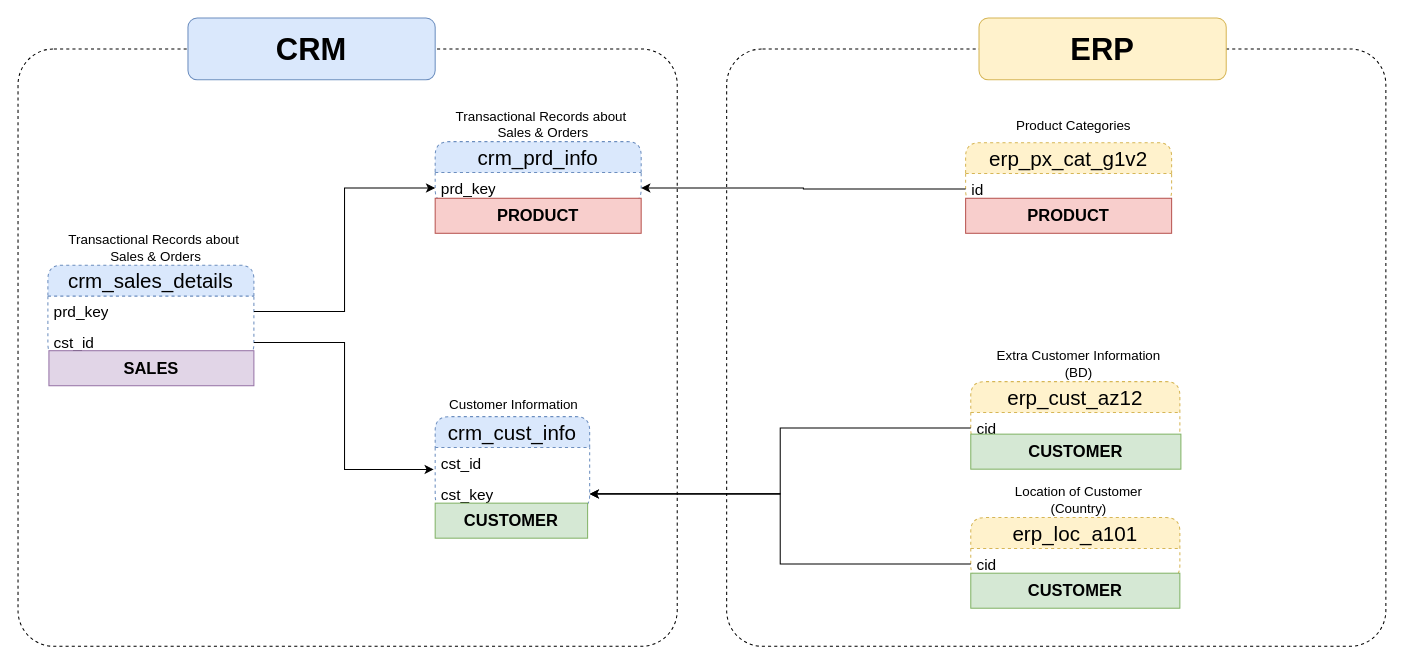
Earlier version of the draw.io diagram docs/Data Integration.drawio (abdulmossawer/sql_data_warehouse_project). Source tidied: cells renumbered, new cells numbered last; positions are measured from the earlier drawing's top-left corner, leaving out a move shared by most shapes. Both pictures are drawn from the tidied source at 103%, with x=0, y=0 at pixel (18, 18).
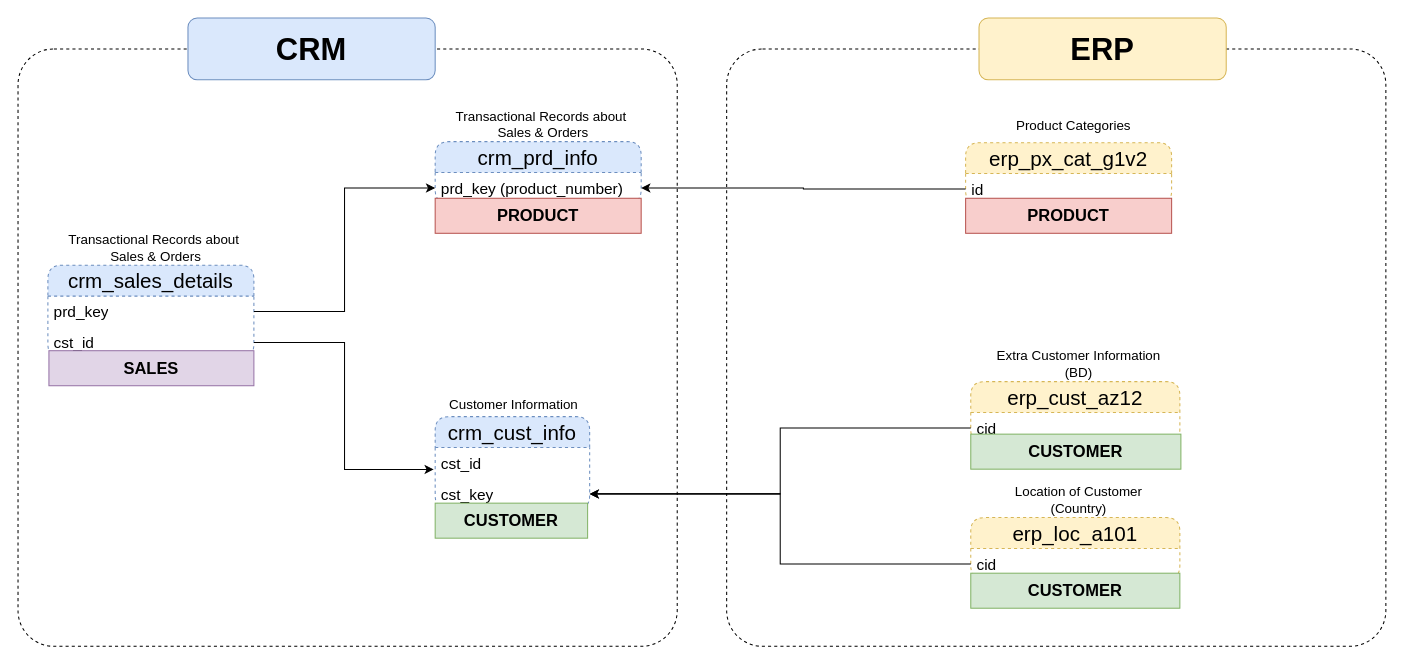
Above is the later version.

Unchanged cells that the change refers to:
```xml
<mxCell id="12" value="&lt;font style=&quot;font-size: 20px;&quot;&gt;crm_prd_info&lt;/font&gt;" style="swimlane;fontStyle=0;horizontal=1;startSize=30;whiteSpace=wrap;html=1;dashed=1;rounded=1;fillColor=#dae8fc;strokeColor=#6c8ebf;" parent="1" vertex="1">
  <mxGeometry x="405" y="120" width="200" height="60" as="geometry" />
</mxCell>
```

The edit, as a diff of the source:
```diff
@@
-    <mxCell id="13" value="&lt;font style=&quot;font-size: 15px;&quot;&gt;prd_key&lt;/font&gt;" style="text;strokeColor=none;fillColor=none;align=left;verticalAlign=middle;spacingLeft=4;spacingRight=4;overflow=hidden;points=[[0,0.5],[1,0.5]];portConstraint=eastwest;whiteSpace=wrap;html=1;" parent="12" vertex="1">
+    <mxCell id="13" value="&lt;font style=&quot;font-size: 15px;&quot;&gt;prd_key (product_number)&lt;/font&gt;" style="text;strokeColor=none;fillColor=none;align=left;verticalAlign=middle;spacingLeft=4;spacingRight=4;overflow=hidden;points=[[0,0.5],[1,0.5]];portConstraint=eastwest;whiteSpace=wrap;html=1;" parent="12" vertex="1">
       <mxGeometry y="30" width="200" height="30" as="geometry" />
     </mxCell>
```
